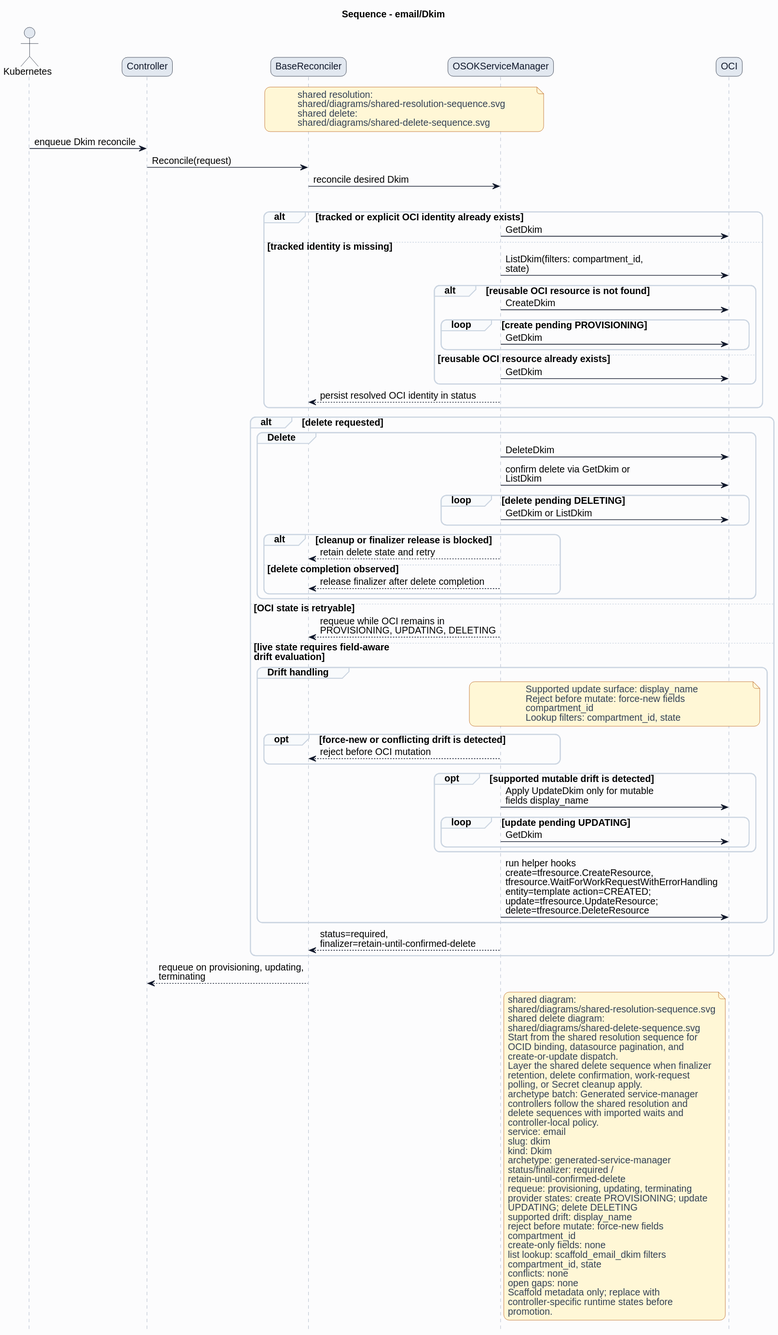
Before: formal/controllers/email/dkim/diagrams/sequence.svg, a diagram exported from PlantUML (HaoyL666/oci-service-operator).
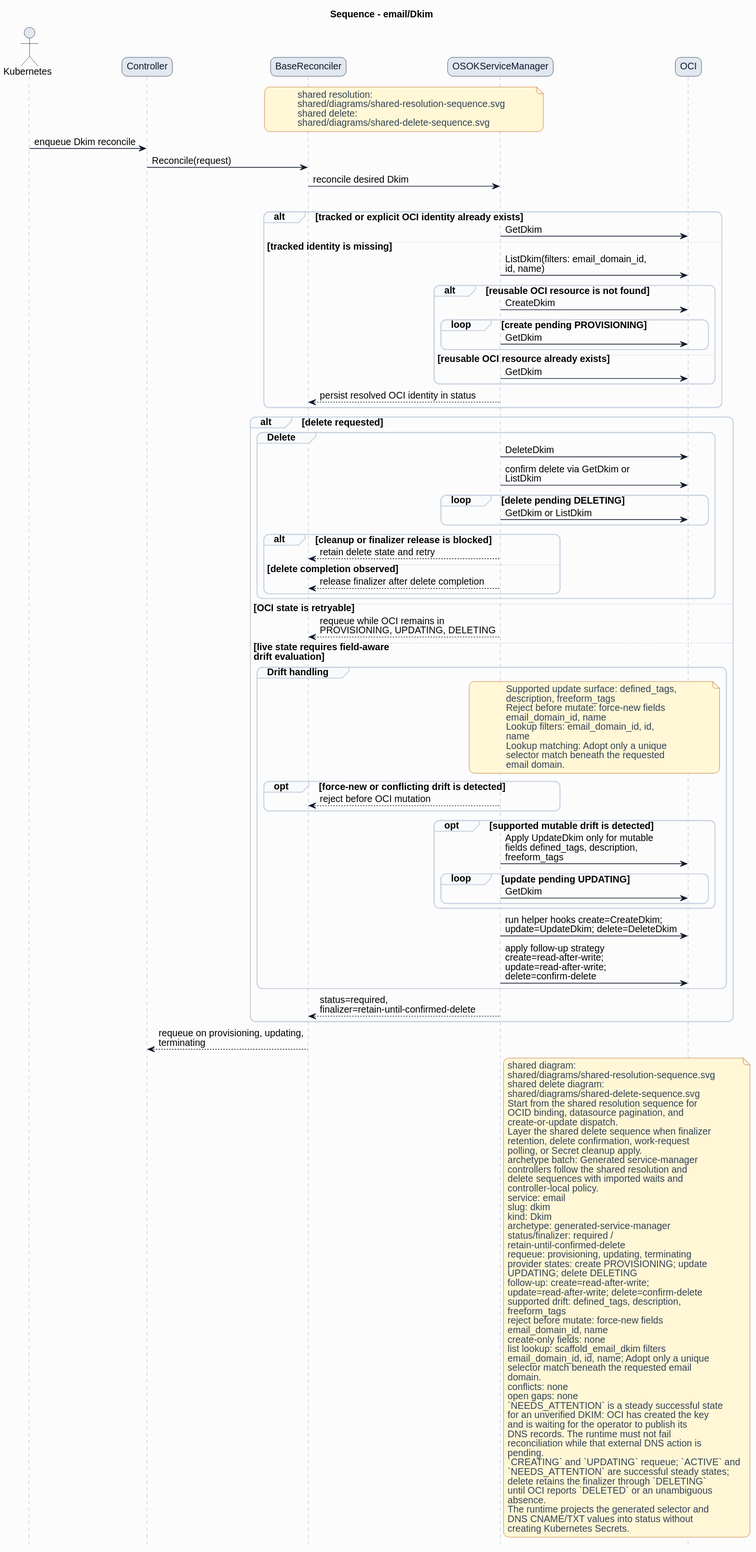
The same diagram one commit later.

The edit, as a diff of the source:
```diff
@@ -38,7 +38,7 @@
 alt tracked or explicit OCI identity already exists
 ServiceManager -> OCI: GetDkim
 else tracked identity is missing
-ServiceManager -> OCI: ListDkim(filters: compartment_id,\nstate)
+ServiceManager -> OCI: ListDkim(filters: email_domain_id,\nid, name)
 alt reusable OCI resource is not found
 ServiceManager -> OCI: CreateDkim
 loop create pending PROVISIONING
@@ -67,21 +67,27 @@
 else live state requires field-aware\ndrift evaluation
 group Drift handling
 note over ServiceManager,OCI
-Supported update surface: display_name
+Supported update surface: defined_tags,
+description, freeform_tags
 Reject before mutate: force-new fields
-compartment_id
-Lookup filters: compartment_id, state
+email_domain_id, name
+Lookup filters: email_domain_id, id,
+name
+Lookup matching: Adopt only a unique
+selector match beneath the requested
+email domain.
 end note
 opt force-new or conflicting drift is detected
 ServiceManager --> BaseReconciler: reject before OCI mutation
 end
 opt supported mutable drift is detected
-ServiceManager -> OCI: Apply UpdateDkim only for mutable\nfields display_name
+ServiceManager -> OCI: Apply UpdateDkim only for mutable\nfields defined_tags, description,\nfreeform_tags
 loop update pending UPDATING
 ServiceManager -> OCI: GetDkim
 end
 end
-ServiceManager -> OCI: run helper hooks\ncreate=tfresource.CreateResource,\ntfresource.WaitForWorkRequestWithErrorHandling\nentity=template action=CREATED;\nupdate=tfresource.UpdateResource;\ndelete=tfresource.DeleteResource
+ServiceManager -> OCI: run helper hooks create=CreateDkim;\nupdate=UpdateDkim; delete=DeleteDkim
+ServiceManager -> OCI: apply follow-up strategy\ncreate=read-after-write;\nupdate=read-after-write;\ndelete=confirm-delete
 end
 ServiceManager --> BaseReconciler: status=required,\nfinalizer=retain-until-confirmed-delete
 end
@@ -110,16 +116,32 @@
 requeue: provisioning, updating, terminating
 provider states: create PROVISIONING; update
 UPDATING; delete DELETING
-supported drift: display_name
+follow-up: create=read-after-write;
+update=read-after-write; delete=confirm-delete
+supported drift: defined_tags, description,
+freeform_tags
 reject before mutate: force-new fields
-compartment_id
+email_domain_id, name
 create-only fields: none
 list lookup: scaffold_email_dkim filters
-compartment_id, state
+email_domain_id, id, name; Adopt only a unique
+selector match beneath the requested email
+domain.
 conflicts: none
 open gaps: none
-Scaffold metadata only; replace with
-controller-specific runtime states before
-promotion.
+`NEEDS_ATTENTION` is a steady successful state
+for an unverified DKIM: OCI has created the key
+and is waiting for the operator to publish its
+DNS records. The runtime must not fail
+reconciliation while that external DNS action is
+pending.
+`CREATING` and `UPDATING` requeue; `ACTIVE` and
+`NEEDS_ATTENTION` are successful steady states;
+delete retains the finalizer through `DELETING`
+until OCI reports `DELETED` or an unambiguous
+absence.
+The runtime projects the generated selector and
+DNS CNAME/TXT values into status without
+creating Kubernetes Secrets.
 end note
 @enduml
```
